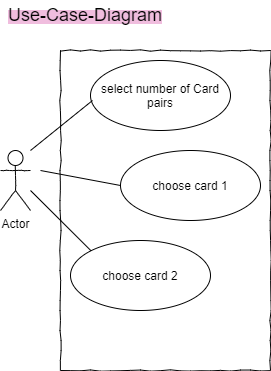
Above: L002 Memory/konzept/use-case-diagram.png in JuliaKaeppeler/Eia2Julia (draw.io), before the change. Source tidied: cells renumbered, new cells last; positions are measured from the earlier drawing's top-left corner, leaving out a move shared by most shapes.
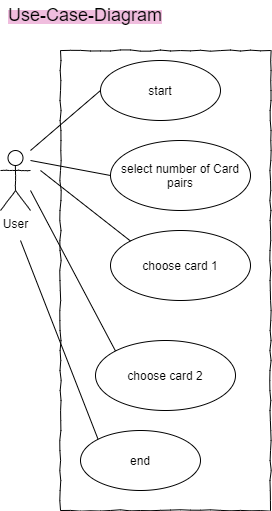
Above is the later version.

What changed in the source:
```diff
@@ -5,31 +5,29 @@
     <mxCell id="2" value="&lt;span style=&quot;background-color: rgb(240 , 189 , 222)&quot;&gt;&lt;font style=&quot;font-size: 18px&quot;&gt;Use-Case-Diagram&lt;/font&gt;&lt;/span&gt;" style="text;html=1;strokeColor=none;fillColor=none;align=center;verticalAlign=middle;whiteSpace=wrap;rounded=0;" parent="1" vertex="1">
       <mxGeometry width="170" height="30" as="geometry" />
     </mxCell>
-    <mxCell id="3" value="Actor" style="shape=umlActor;verticalLabelPosition=bottom;labelBackgroundColor=#ffffff;verticalAlign=top;html=1;rounded=1;shadow=0;comic=1;strokeWidth=1;comic=1;" parent="1" vertex="1">
+    <mxCell id="3" value="User" style="shape=umlActor;verticalLabelPosition=bottom;labelBackgroundColor=#ffffff;verticalAlign=top;html=1;rounded=1;shadow=0;comic=1;strokeWidth=1;comic=1;" parent="1" vertex="1">
       <mxGeometry y="150" width="30" height="60" as="geometry" />
     </mxCell>
     <mxCell id="4" value="&lt;div style=&quot;text-align: left&quot;&gt;&lt;br&gt;&lt;/div&gt;" style="rounded=0;whiteSpace=wrap;html=1;comic=1;" parent="1" vertex="1">
-      <mxGeometry x="60" y="50" width="210" height="320" as="geometry" />
+      <mxGeometry x="60" y="50" width="210" height="460" as="geometry" />
     </mxCell>
     <mxCell id="5" value="select number of Card pairs" style="ellipse;whiteSpace=wrap;html=1;rounded=1;shadow=0;strokeWidth=1;comic=1;" parent="1" vertex="1">
-      <mxGeometry x="90" y="60" width="140" height="70" as="geometry" />
+      <mxGeometry x="110" y="140" width="140" height="70" as="geometry" />
     </mxCell>
     <mxCell id="6" value="choose card 2" style="ellipse;whiteSpace=wrap;html=1;rounded=1;shadow=0;strokeWidth=1;comic=1;" parent="1" vertex="1">
-      <mxGeometry x="70" y="240" width="140" height="70" as="geometry" />
+      <mxGeometry x="95" y="340" width="140" height="70" as="geometry" />
     </mxCell>
     <mxCell id="7" value="choose card 1" style="ellipse;whiteSpace=wrap;html=1;rounded=1;shadow=0;strokeWidth=1;comic=1;" parent="1" vertex="1">
-      <mxGeometry x="120" y="150" width="140" height="70" as="geometry" />
+      <mxGeometry x="110" y="230" width="140" height="70" as="geometry" />
     </mxCell>
-    <mxCell id="8" style="endArrow=none;html=1;" parent="1" edge="1">
+    <mxCell id="8" style="endArrow=none;html=1;entryX=0;entryY=0.5;entryDx=0;entryDy=0;" parent="1" edge="1" target="5">
       <mxGeometry relative="1" as="geometry">
-        <mxPoint x="30" y="150" as="sourcePoint" />
-        <mxPoint x="92" y="100" as="targetPoint" />
+        <mxPoint x="30" y="160" as="sourcePoint" />
       </mxGeometry>
     </mxCell>
-    <mxCell id="9" style="endArrow=none;html=1;" parent="1" edge="1">
+    <mxCell id="9" style="endArrow=none;html=1;entryX=0;entryY=0;entryDx=0;entryDy=0;" parent="1" edge="1" target="7">
       <mxGeometry relative="1" as="geometry">
         <mxPoint x="40" y="170" as="sourcePoint" />
-        <mxPoint x="120" y="185" as="targetPoint" />
       </mxGeometry>
     </mxCell>
     <mxCell id="10" style="endArrow=none;html=1;entryX=0;entryY=0;entryDx=0;entryDy=0;" parent="1" edge="1" target="6">
@@ -37,5 +35,21 @@
         <mxPoint x="30" y="190" as="sourcePoint" />
       </mxGeometry>
     </mxCell>
+    <mxCell id="11" value="start" style="ellipse;whiteSpace=wrap;html=1;rounded=1;shadow=0;strokeWidth=1;comic=1;" parent="1" vertex="1">
+      <mxGeometry x="100" y="60" width="120" height="60" as="geometry" />
+    </mxCell>
+    <mxCell id="12" value="end" style="ellipse;whiteSpace=wrap;html=1;rounded=1;shadow=0;strokeWidth=1;comic=1;" parent="1" vertex="1">
+      <mxGeometry x="80" y="430" width="120" height="60" as="geometry" />
+    </mxCell>
+    <mxCell id="13" style="endArrow=none;html=1;entryX=0;entryY=0.5;entryDx=0;entryDy=0;" parent="1" edge="1" target="11">
+      <mxGeometry relative="1" as="geometry">
+        <mxPoint x="30" y="150" as="sourcePoint" />
+      </mxGeometry>
+    </mxCell>
+    <mxCell id="14" style="endArrow=none;html=1;entryX=0;entryY=0;entryDx=0;entryDy=0;" parent="1" edge="1" target="12">
+      <mxGeometry relative="1" as="geometry">
+        <mxPoint x="20" y="240" as="sourcePoint" />
+      </mxGeometry>
+    </mxCell>
   </root>
 </mxGraphModel>
```
